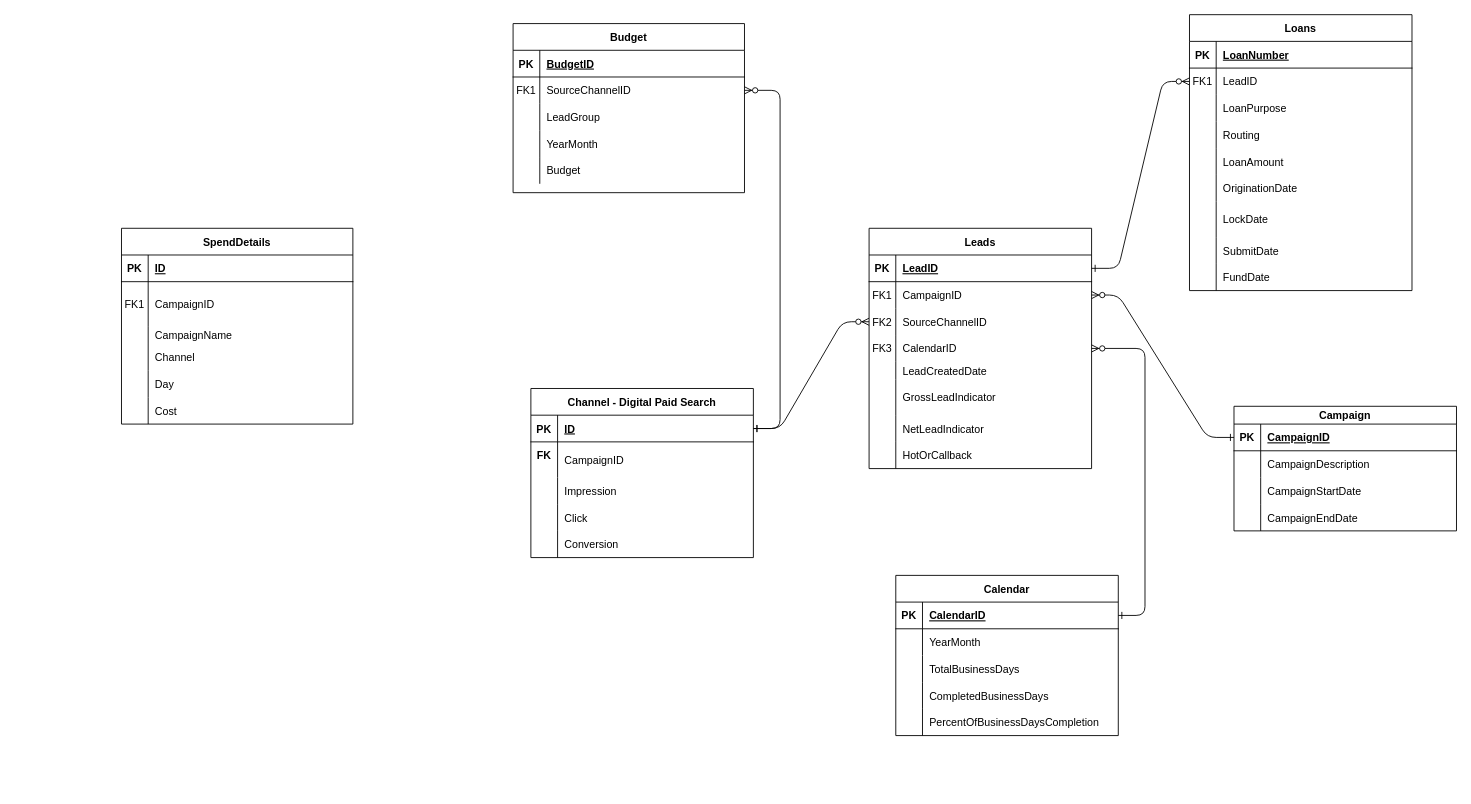
Above: page "Revised Version - July 17" (2 of 2) of Untitled Diagram.drawio in Dharani-18/CODEKATA (draw.io), before the change. Source tidied: cells renumbered, new cells numbered last; positions are measured from the earlier drawing's top-left corner, leaving out a move shared by most shapes. Both pictures are drawn from the tidied source at 89%, with x=0, y=0 at pixel (121, 14).
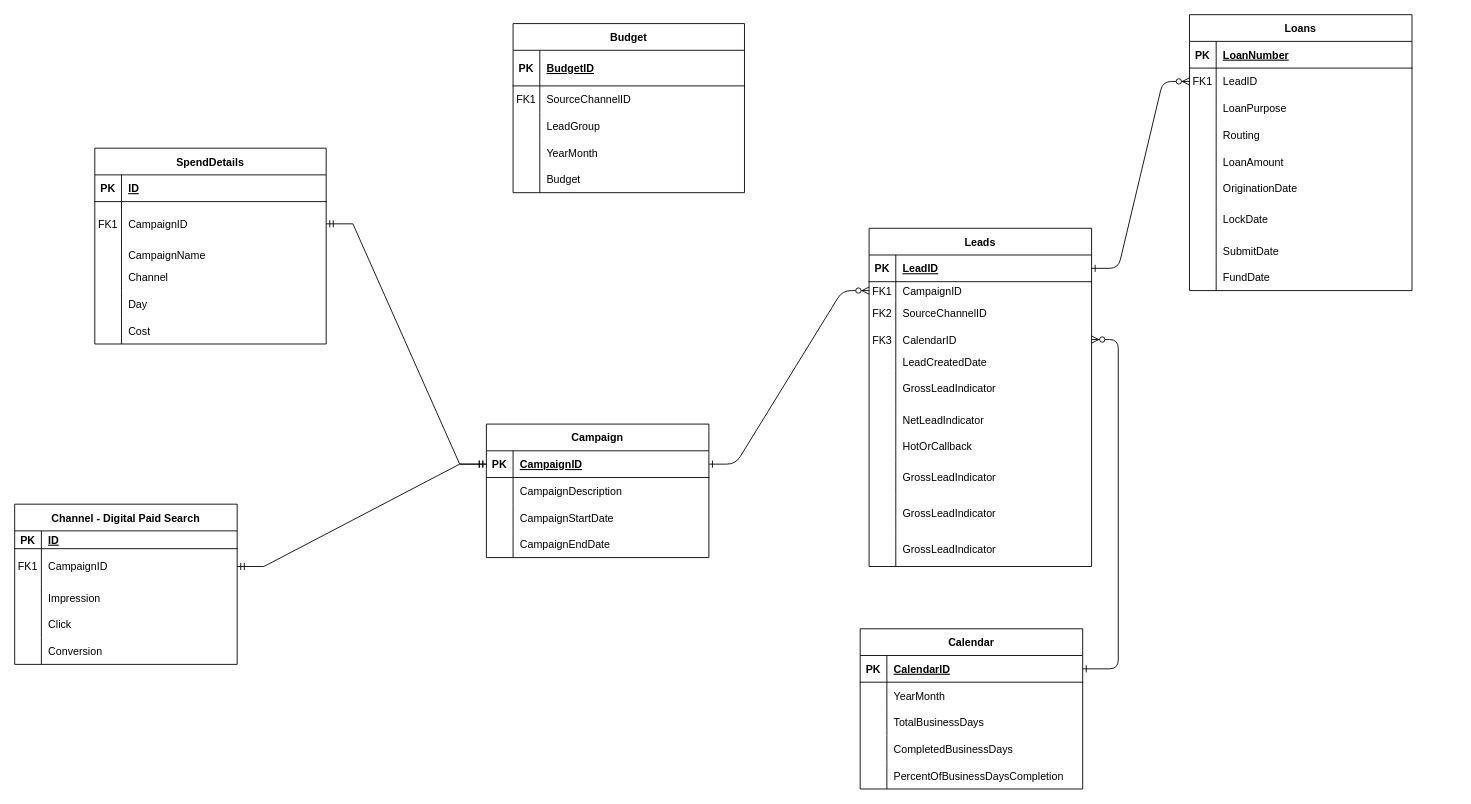
The same page after the edit.

Unchanged cells that the change refers to:
```xml
<mxCell id="19" value="Budget" style="shape=table;startSize=30;childLayout=tableLayout;rowLines=0;fontStyle=1;align=center;" parent="1" vertex="1">
  <mxGeometry x="440" y="10" width="260" height="190" as="geometry" />
</mxCell>
<mxCell id="125" style="shape=partialRectangle;fillColor=none;points=[[0,0.5],[1,0.5]];portConstraint=eastwest;top=0;left=0;right=0;bottom=0;" parent="121" vertex="1">
  <mxGeometry y="60" width="260" height="50" as="geometry" />
</mxCell>
```

Diff of the diagram source:
```diff
@@
-    <mxCell id="2" style="edgeStyle=entityRelationEdgeStyle;endArrow=ERzeroToMany;startArrow=ERone;endFill=1;startFill=0;" parent="1" edge="1" source="4" target="23">
-      <mxGeometry relative="1" as="geometry" />
-    </mxCell>
     <mxCell id="3" value="Channel - Digital Paid Search" style="shape=table;startSize=30;childLayout=tableLayout;rowLines=0;fontStyle=1;align=center;" parent="1" vertex="1">
-      <mxGeometry x="460" y="420" width="250" height="190" as="geometry" />
+      <mxGeometry x="-120" y="550" width="250" height="180" as="geometry" />
     </mxCell>
     <mxCell id="4" style="shape=partialRectangle;fillColor=none;points=[[0,0.5],[1,0.5]];portConstraint=eastwest;top=0;left=0;right=0;bottom=1;" parent="3" vertex="1">
-      <mxGeometry y="30" width="250" height="30" as="geometry" />
+      <mxGeometry y="30" width="250" height="20" as="geometry" />
     </mxCell>
     <mxCell id="5" value="PK" style="shape=partialRectangle;overflow=hidden;fillColor=none;top=0;left=0;bottom=0;right=0;fontStyle=1;" parent="4" vertex="1">
-      <mxGeometry width="30" height="30" as="geometry" />
+      <mxGeometry width="30" height="20" as="geometry" />
     </mxCell>
     <mxCell id="6" value="ID" style="shape=partialRectangle;overflow=hidden;fillColor=none;top=0;left=0;bottom=0;right=0;align=left;spacingLeft=6;fontStyle=5;" parent="4" vertex="1">
-      <mxGeometry x="30" width="220" height="30" as="geometry" />
+      <mxGeometry x="30" width="220" height="20" as="geometry" />
     </mxCell>
     <mxCell id="7" style="shape=partialRectangle;fillColor=none;points=[[0,0.5],[1,0.5]];portConstraint=eastwest;top=0;left=0;right=0;bottom=0;" parent="3" vertex="1">
-      <mxGeometry y="60" width="250" height="40" as="geometry" />
+      <mxGeometry y="50" width="250" height="40" as="geometry" />
     </mxCell>
-    <mxCell id="8" style="shape=partialRectangle;overflow=hidden;fillColor=none;top=0;left=0;bottom=0;right=0;" parent="7" vertex="1">
+    <mxCell id="8" value="FK1" style="shape=partialRectangle;overflow=hidden;fillColor=none;top=0;left=0;bottom=0;right=0;" parent="7" vertex="1">
       <mxGeometry width="30" height="40" as="geometry" />
     </mxCell>
@@
     <mxCell id="10" style="shape=partialRectangle;fillColor=none;top=0;left=0;right=0;bottom=0;" parent="3" vertex="1">
-      <mxGeometry y="100" width="250" height="30" as="geometry" />
+      <mxGeometry y="90" width="250" height="30" as="geometry" />
     </mxCell>
@@
     <mxCell id="13" style="shape=partialRectangle;fillColor=none;top=0;left=0;right=0;bottom=0;" parent="3" vertex="1">
-      <mxGeometry y="130" width="250" height="30" as="geometry" />
+      <mxGeometry y="120" width="250" height="30" as="geometry" />
     </mxCell>
@@
     <mxCell id="16" style="shape=partialRectangle;fillColor=none;top=0;left=0;right=0;bottom=0;" parent="3" vertex="1">
-      <mxGeometry y="160" width="250" height="30" as="geometry" />
+      <mxGeometry y="150" width="250" height="30" as="geometry" />
     </mxCell>
@@
     <mxCell id="20" style="shape=partialRectangle;fillColor=none;top=0;left=0;right=0;bottom=1;" parent="19" vertex="1">
-      <mxGeometry y="30" width="260" height="30" as="geometry" />
+      <mxGeometry y="30" width="260" height="40" as="geometry" />
     </mxCell>
     <mxCell id="21" value="PK" style="shape=partialRectangle;overflow=hidden;fillColor=none;top=0;left=0;bottom=0;right=0;fontStyle=1;" parent="20" vertex="1">
-      <mxGeometry width="30" height="30" as="geometry" />
+      <mxGeometry width="30" height="40" as="geometry" />
     </mxCell>
     <mxCell id="22" value="BudgetID" style="shape=partialRectangle;overflow=hidden;fillColor=none;top=0;left=0;bottom=0;right=0;align=left;spacingLeft=6;fontStyle=5;" parent="20" vertex="1">
-      <mxGeometry x="30" width="230" height="30" as="geometry" />
+      <mxGeometry x="30" width="230" height="40" as="geometry" />
     </mxCell>
     <mxCell id="23" style="shape=partialRectangle;fillColor=none;points=[[0,0.5],[1,0.5]];portConstraint=eastwest;top=0;left=0;right=0;bottom=0;" parent="19" vertex="1">
-      <mxGeometry y="60" width="260" height="30" as="geometry" />
+      <mxGeometry y="70" width="260" height="30" as="geometry" />
     </mxCell>
@@
     <mxCell id="26" style="shape=partialRectangle;fillColor=none;top=0;left=0;right=0;bottom=0;" parent="19" vertex="1">
-      <mxGeometry y="90" width="260" height="30" as="geometry" />
+      <mxGeometry y="100" width="260" height="30" as="geometry" />
     </mxCell>
@@
     <mxCell id="29" style="shape=partialRectangle;fillColor=none;top=0;left=0;right=0;bottom=0;" parent="19" vertex="1">
-      <mxGeometry y="120" width="260" height="30" as="geometry" />
+      <mxGeometry y="130" width="260" height="30" as="geometry" />
     </mxCell>
@@
     <mxCell id="32" style="shape=partialRectangle;fillColor=none;top=0;left=0;right=0;bottom=0;" parent="19" vertex="1">
-      <mxGeometry y="150" width="260" height="30" as="geometry" />
+      <mxGeometry y="160" width="260" height="30" as="geometry" />
     </mxCell>
@@
-    <mxCell id="35" value="Campaign" style="shape=table;startSize=20;childLayout=tableLayout;rowLines=0;fontStyle=1;align=center;" parent="1" vertex="1">
-      <mxGeometry x="1250" y="440" width="250" height="140" as="geometry" />
+    <mxCell id="35" value="Campaign" style="shape=table;startSize=30;childLayout=tableLayout;rowLines=0;fontStyle=1;align=center;" parent="1" vertex="1">
+      <mxGeometry x="410" y="460" width="250" height="150" as="geometry" />
     </mxCell>
     <mxCell id="36" style="shape=partialRectangle;fillColor=none;points=[[0,0.5],[1,0.5]];portConstraint=eastwest;top=0;left=0;right=0;bottom=1;" parent="35" vertex="1">
-      <mxGeometry y="20" width="250" height="30" as="geometry" />
+      <mxGeometry y="30" width="250" height="30" as="geometry" />
     </mxCell>
@@
     <mxCell id="39" style="shape=partialRectangle;fillColor=none;top=0;left=0;right=0;bottom=0;" parent="35" vertex="1">
-      <mxGeometry y="50" width="250" height="30" as="geometry" />
+      <mxGeometry y="60" width="250" height="30" as="geometry" />
     </mxCell>
@@
     <mxCell id="42" style="shape=partialRectangle;fillColor=none;top=0;left=0;right=0;bottom=0;" parent="35" vertex="1">
-      <mxGeometry y="80" width="250" height="30" as="geometry" />
+      <mxGeometry y="90" width="250" height="30" as="geometry" />
     </mxCell>
@@
     <mxCell id="45" style="shape=partialRectangle;fillColor=none;top=0;left=0;right=0;bottom=0;" parent="35" vertex="1">
-      <mxGeometry y="110" width="250" height="30" as="geometry" />
+      <mxGeometry y="120" width="250" height="30" as="geometry" />
     </mxCell>
@@
     <mxCell id="48" value="Calendar" style="shape=table;startSize=30;childLayout=tableLayout;rowLines=0;fontStyle=1;align=center;" parent="1" vertex="1">
-      <mxGeometry x="870" y="630" width="250" height="180" as="geometry" />
+      <mxGeometry x="830" y="690" width="250" height="180" as="geometry" />
     </mxCell>
@@
     <mxCell id="64" value="Leads" style="shape=table;startSize=30;childLayout=tableLayout;rowLines=0;fontStyle=1;align=center;" parent="1" vertex="1">
-      <mxGeometry x="840" y="240" width="250" height="270" as="geometry" />
+      <mxGeometry x="840" y="240" width="250" height="380" as="geometry" />
     </mxCell>
@@
     <mxCell id="68" style="shape=partialRectangle;fillColor=none;points=[[0,0.5],[1,0.5]];portConstraint=eastwest;top=0;left=0;right=0;bottom=0;" parent="64" vertex="1">
-      <mxGeometry y="60" width="250" height="30" as="geometry" />
+      <mxGeometry y="60" width="250" height="20" as="geometry" />
     </mxCell>
     <mxCell id="69" value="FK1" style="shape=partialRectangle;overflow=hidden;fillColor=none;top=0;left=0;bottom=0;right=0;" parent="68" vertex="1">
-      <mxGeometry width="30" height="30" as="geometry" />
+      <mxGeometry width="30" height="20" as="geometry" />
     </mxCell>
     <mxCell id="70" value="CampaignID" style="shape=partialRectangle;overflow=hidden;fillColor=none;top=0;left=0;bottom=0;right=0;align=left;spacingLeft=6;" parent="68" vertex="1">
-      <mxGeometry x="30" width="220" height="30" as="geometry" />
+      <mxGeometry x="30" width="220" height="20" as="geometry" />
     </mxCell>
     <mxCell id="71" style="shape=partialRectangle;fillColor=none;points=[[0,0.5],[1,0.5]];portConstraint=eastwest;top=0;left=0;right=0;bottom=0;" parent="64" vertex="1">
-      <mxGeometry y="90" width="250" height="30" as="geometry" />
+      <mxGeometry y="80" width="250" height="30" as="geometry" />
     </mxCell>
@@
     <mxCell id="74" style="shape=partialRectangle;fillColor=none;points=[[0,0.5],[1,0.5]];portConstraint=eastwest;top=0;left=0;right=0;bottom=0;" parent="64" vertex="1">
-      <mxGeometry y="120" width="250" height="30" as="geometry" />
+      <mxGeometry y="110" width="250" height="30" as="geometry" />
     </mxCell>
@@
     <mxCell id="77" style="shape=partialRectangle;fillColor=none;top=0;left=0;right=0;bottom=0;" parent="64" vertex="1">
-      <mxGeometry y="150" width="250" height="20" as="geometry" />
+      <mxGeometry y="140" width="250" height="20" as="geometry" />
     </mxCell>
@@
     <mxCell id="80" style="shape=partialRectangle;fillColor=none;top=0;left=0;right=0;bottom=0;" parent="64" vertex="1">
-      <mxGeometry y="170" width="250" height="40" as="geometry" />
+      <mxGeometry y="160" width="250" height="40" as="geometry" />
     </mxCell>
@@
     <mxCell id="83" style="shape=partialRectangle;fillColor=none;top=0;left=0;right=0;bottom=0;" parent="64" vertex="1">
-      <mxGeometry y="210" width="250" height="30" as="geometry" />
+      <mxGeometry y="200" width="250" height="30" as="geometry" />
     </mxCell>
@@
     <mxCell id="86" style="shape=partialRectangle;fillColor=none;top=0;left=0;right=0;bottom=0;" parent="64" vertex="1">
-      <mxGeometry y="240" width="250" height="30" as="geometry" />
+      <mxGeometry y="230" width="250" height="30" as="geometry" />
     </mxCell>
@@
+    <mxCell id="141" style="shape=partialRectangle;fillColor=none;top=0;left=0;right=0;bottom=0;" parent="64" vertex="1">
+      <mxGeometry y="260" width="250" height="40" as="geometry" />
+    </mxCell>
+    <mxCell id="142" style="shape=partialRectangle;overflow=hidden;fillColor=none;top=0;left=0;bottom=0;right=0;" parent="141" vertex="1">
+      <mxGeometry width="30" height="40" as="geometry" />
+    </mxCell>
+    <mxCell id="143" value="GrossLeadIndicator" style="shape=partialRectangle;overflow=hidden;fillColor=none;top=0;left=0;bottom=0;right=0;align=left;spacingLeft=6;" parent="141" vertex="1">
+      <mxGeometry x="30" width="220" height="40" as="geometry" />
+    </mxCell>
+    <mxCell id="144" style="shape=partialRectangle;fillColor=none;top=0;left=0;right=0;bottom=0;" parent="64" vertex="1">
+      <mxGeometry y="300" width="250" height="40" as="geometry" />
+    </mxCell>
+    <mxCell id="145" style="shape=partialRectangle;overflow=hidden;fillColor=none;top=0;left=0;bottom=0;right=0;" parent="144" vertex="1">
+      <mxGeometry width="30" height="40" as="geometry" />
+    </mxCell>
+    <mxCell id="146" value="GrossLeadIndicator" style="shape=partialRectangle;overflow=hidden;fillColor=none;top=0;left=0;bottom=0;right=0;align=left;spacingLeft=6;" parent="144" vertex="1">
+      <mxGeometry x="30" width="220" height="40" as="geometry" />
+    </mxCell>
+    <mxCell id="147" style="shape=partialRectangle;fillColor=none;top=0;left=0;right=0;bottom=0;" parent="64" vertex="1">
+      <mxGeometry y="340" width="250" height="40" as="geometry" />
+    </mxCell>
+    <mxCell id="148" style="shape=partialRectangle;overflow=hidden;fillColor=none;top=0;left=0;bottom=0;right=0;" parent="147" vertex="1">
+      <mxGeometry width="30" height="40" as="geometry" />
+    </mxCell>
+    <mxCell id="149" value="GrossLeadIndicator" style="shape=partialRectangle;overflow=hidden;fillColor=none;top=0;left=0;bottom=0;right=0;align=left;spacingLeft=6;" parent="147" vertex="1">
+      <mxGeometry x="30" width="220" height="40" as="geometry" />
+    </mxCell>
@@
-    <mxCell id="118" style="edgeStyle=entityRelationEdgeStyle;endArrow=ERzeroToMany;startArrow=ERone;endFill=1;startFill=0;exitX=1;exitY=0.5;exitDx=0;exitDy=0;" parent="1" edge="1" source="4" target="71">
-      <mxGeometry relative="1" as="geometry" />
-    </mxCell>
@@
     <mxCell id="121" value="SpendDetails" style="shape=table;startSize=30;childLayout=tableLayout;rowLines=0;fontStyle=1;align=center;" parent="1" vertex="1">
-      <mxGeometry y="240" width="260" height="220" as="geometry" />
+      <mxGeometry x="-30" y="150" width="260" height="220" as="geometry" />
     </mxCell>
@@
-    <mxCell id="140" value="FK" style="shape=partialRectangle;overflow=hidden;fillColor=none;top=0;left=0;bottom=0;right=0;fontStyle=1;" parent="1" vertex="1">
-      <mxGeometry x="460" y="480" width="30" height="30" as="geometry" />
-    </mxCell>
+    <mxCell id="150" style="edgeStyle=entityRelationEdgeStyle;fontSize=12;html=1;endArrow=ERmandOne;startArrow=ERmandOne;rounded=0;entryX=1;entryY=0.5;entryDx=0;entryDy=0;" parent="1" edge="1" source="36" target="7">
+      <mxGeometry relative="1" as="geometry" />
+    </mxCell>
+    <mxCell id="151" style="edgeStyle=entityRelationEdgeStyle;fontSize=12;html=1;endArrow=ERmandOne;startArrow=ERmandOne;rounded=0;" parent="1" edge="1" source="36" target="125">
+      <mxGeometry relative="1" as="geometry" />
+    </mxCell>
```
